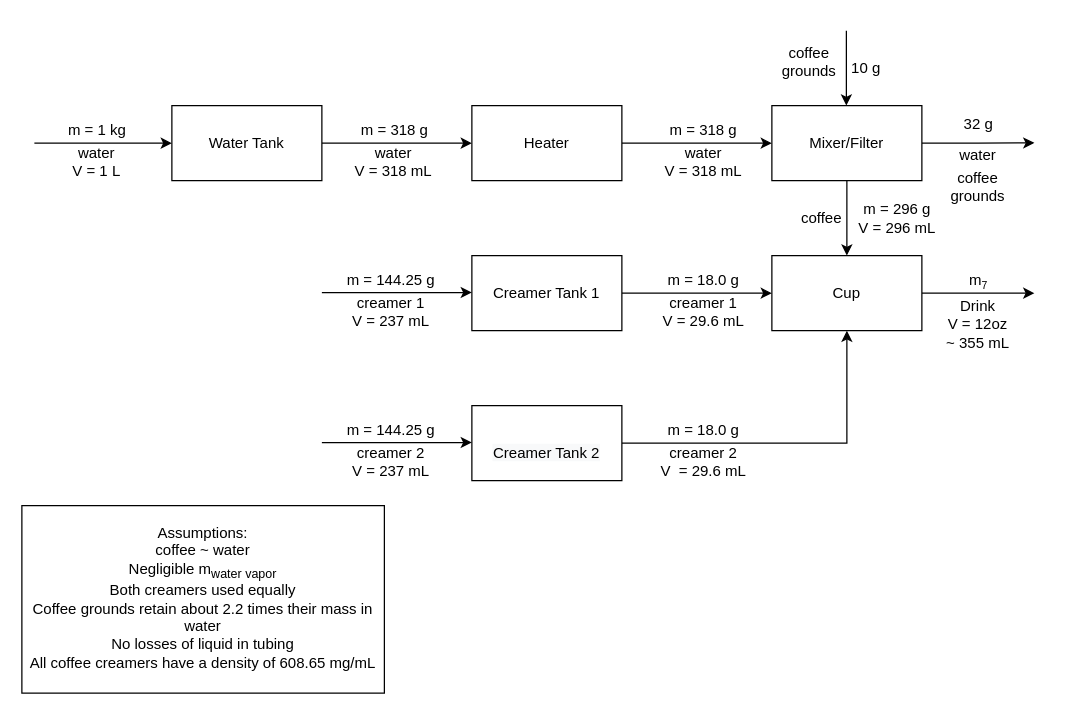
Above: Untitled Diagram.drawio in ce2791334/Projects (draw.io), before the change. Source tidied: cells renumbered, new cells numbered last; positions are measured from the earlier drawing's top-left corner, leaving out a move shared by most shapes. Both pictures are drawn from the tidied source at 125%, with x=0, y=0 at pixel (21, 30).
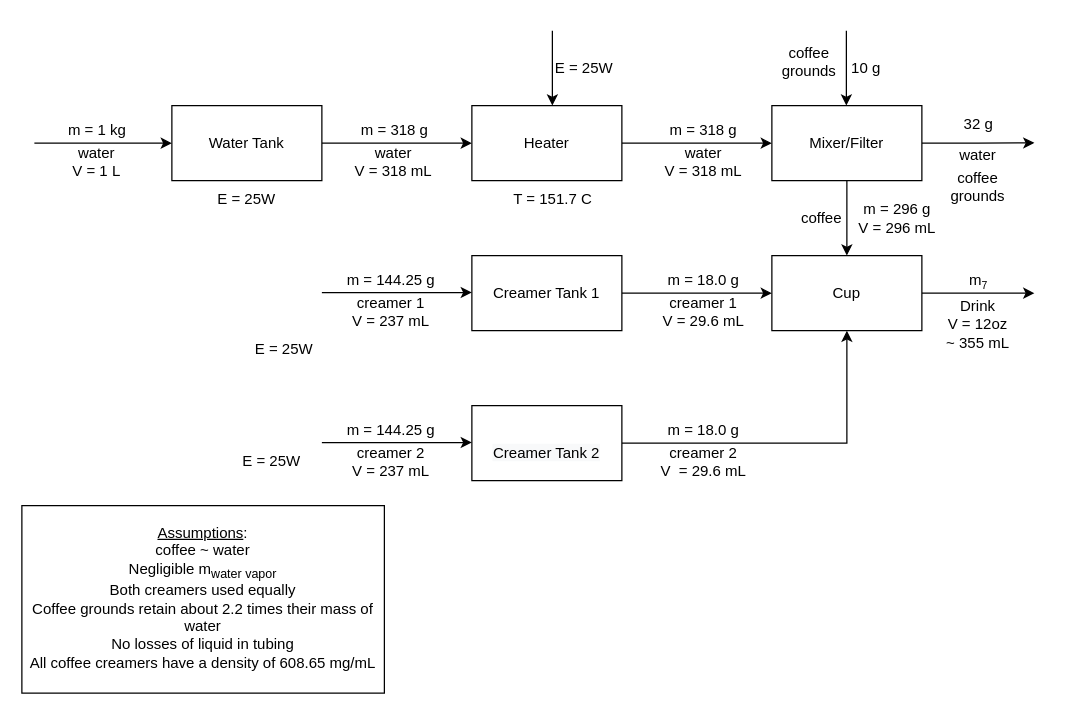
The same page after the edit.

Change to the diagram source:
```diff
@@
-    <mxCell id="38" value="Assumptions:&lt;br&gt;coffee ~ water&lt;br&gt;Negligible m&lt;sub&gt;water vapor&lt;br&gt;&lt;/sub&gt;Both creamers used equally &lt;br&gt;Coffee grounds retain about 2.2 times their mass in water &lt;br&gt;No losses of liquid in tubing &lt;br&gt;All coffee creamers have a density of 608.65 mg/mL&lt;sub&gt;&lt;br&gt;&lt;/sub&gt;" style="rounded=0;whiteSpace=wrap;html=1;" parent="1" vertex="1">
+    <mxCell id="38" value="&lt;u&gt;Assumptions&lt;/u&gt;:&lt;br&gt;coffee ~ water&lt;br&gt;Negligible m&lt;sub&gt;water vapor&lt;br&gt;&lt;/sub&gt;Both creamers used equally &lt;br&gt;Coffee grounds retain about 2.2 times their mass of water &lt;br&gt;No losses of liquid in tubing &lt;br&gt;All coffee creamers have a density of 608.65 mg/mL&lt;sub&gt;&lt;br&gt;&lt;/sub&gt;" style="rounded=0;whiteSpace=wrap;html=1;" parent="1" vertex="1">
       <mxGeometry y="380" width="290" height="150" as="geometry" />
     </mxCell>
@@
+    <mxCell id="43" value="T = 151.7 C" style="text;html=1;strokeColor=none;fillColor=none;align=center;verticalAlign=middle;whiteSpace=wrap;rounded=0;" parent="1" vertex="1">
+      <mxGeometry x="390" y="120" width="70" height="30" as="geometry" />
+    </mxCell>
+    <mxCell id="44" value="E = 25W" style="text;html=1;strokeColor=none;fillColor=none;align=center;verticalAlign=middle;whiteSpace=wrap;rounded=0;" parent="1" vertex="1">
+      <mxGeometry x="420" y="15" width="60" height="30" as="geometry" />
+    </mxCell>
+    <mxCell id="45" style="edgeStyle=orthogonalEdgeStyle;rounded=0;orthogonalLoop=1;jettySize=auto;html=1;exitX=0.5;exitY=1;exitDx=0;exitDy=0;entryX=0.5;entryY=0;entryDx=0;entryDy=0;" parent="1" edge="1">
+      <mxGeometry relative="1" as="geometry">
+        <mxPoint x="424.4" as="sourcePoint" />
+        <mxPoint x="424.4" y="60" as="targetPoint" />
+      </mxGeometry>
+    </mxCell>
+    <mxCell id="46" value="E = 25W" style="text;html=1;strokeColor=none;fillColor=none;align=center;verticalAlign=middle;whiteSpace=wrap;rounded=0;" parent="1" vertex="1">
+      <mxGeometry x="150" y="120" width="60" height="30" as="geometry" />
+    </mxCell>
+    <mxCell id="47" value="E = 25W" style="text;html=1;strokeColor=none;fillColor=none;align=center;verticalAlign=middle;whiteSpace=wrap;rounded=0;" parent="1" vertex="1">
+      <mxGeometry x="170" y="330" width="60" height="30" as="geometry" />
+    </mxCell>
+    <mxCell id="48" value="E = 25W" style="text;html=1;strokeColor=none;fillColor=none;align=center;verticalAlign=middle;whiteSpace=wrap;rounded=0;" parent="1" vertex="1">
+      <mxGeometry x="180" y="240" width="60" height="30" as="geometry" />
+    </mxCell>
```
